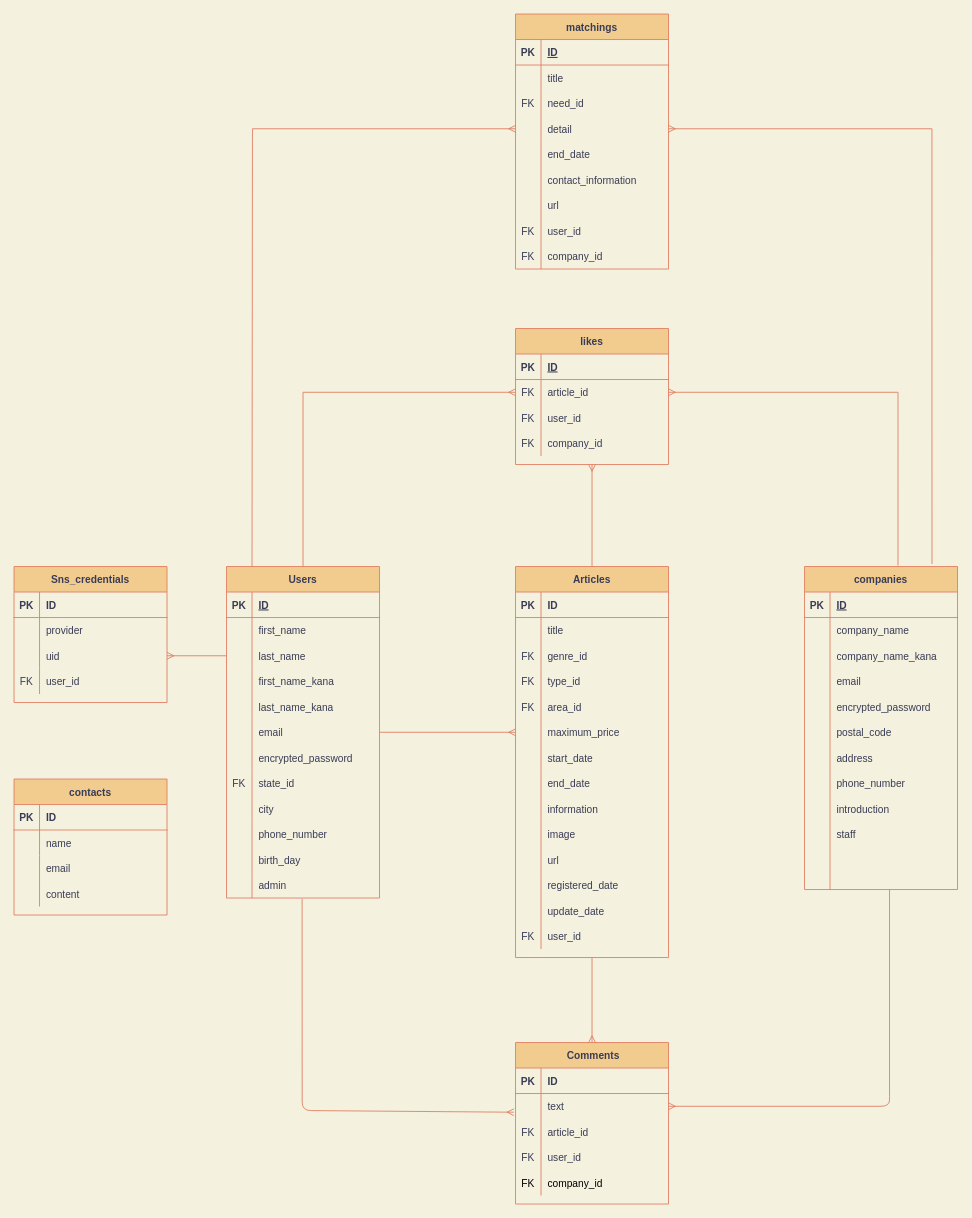
Earlier version of the draw.io diagram assist.dio (daichi1002/assist). Source tidied: cells renumbered, new cells numbered last; positions are measured from the earlier drawing's top-left corner, leaving out a move shared by most shapes. Both pictures are drawn from the tidied source at 85%, with x=0, y=0 at pixel (14, 14).
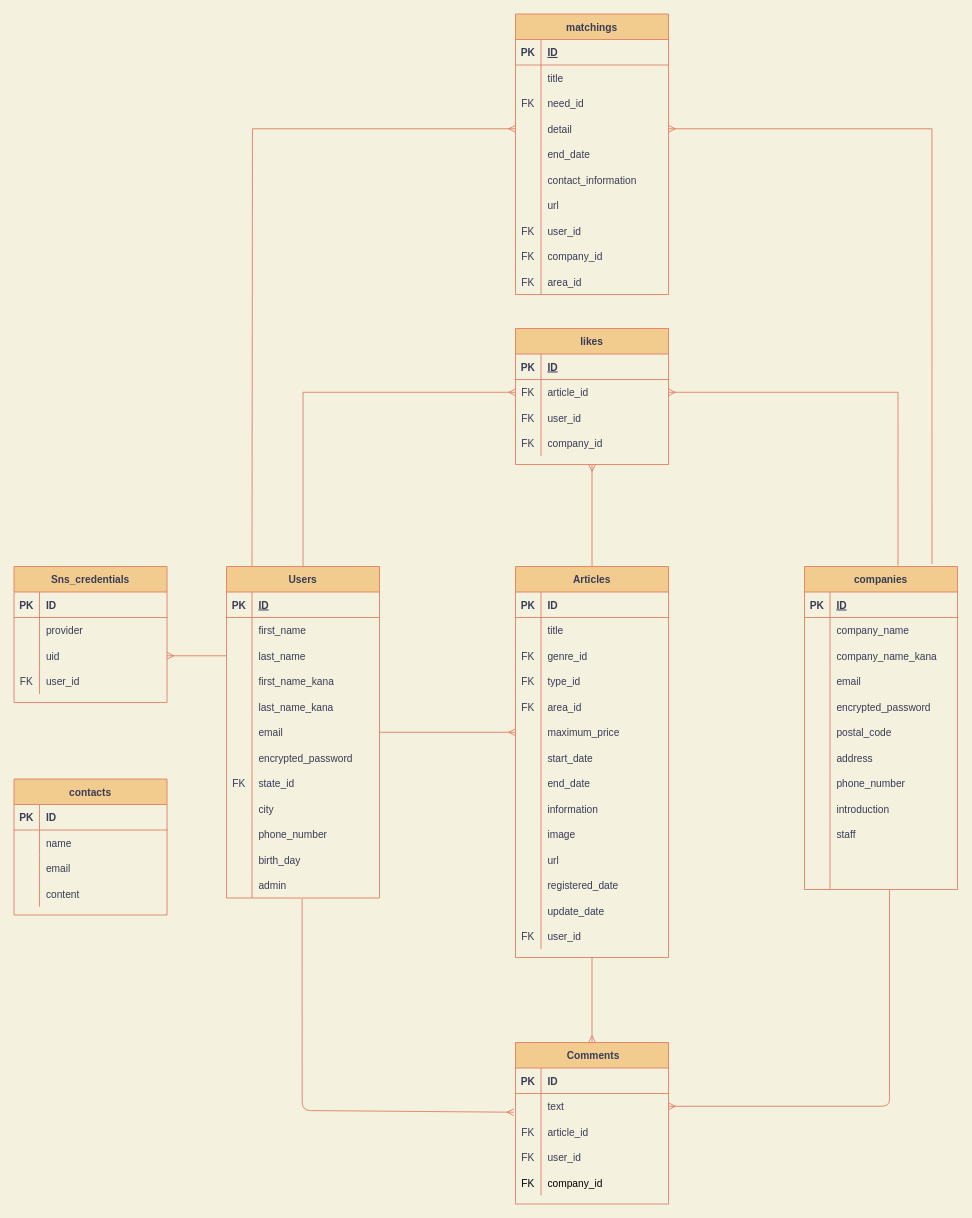
The same diagram, later.

Change to the diagram source:
```diff
@@
     <mxCell id="182" value="matchings" style="shape=table;startSize=30;childLayout=tableLayout;rowLines=0;fontStyle=1;align=center;fillColor=#F2CC8F;strokeColor=#E07A5F;fontColor=#393C56;" parent="1" vertex="1">
-      <mxGeometry x="590" width="180" height="300" as="geometry" />
+      <mxGeometry x="590" width="180" height="330" as="geometry" />
     </mxCell>
@@
+    <mxCell id="212" style="shape=partialRectangle;fillColor=none;top=0;left=0;bottom=0;right=0;strokeColor=#E07A5F;fontColor=#393C56;" parent="182" vertex="1">
+      <mxGeometry y="300" width="180" height="30" as="geometry" />
+    </mxCell>
+    <mxCell id="213" value="FK" style="shape=partialRectangle;fillColor=none;top=0;left=0;bottom=0;right=0;overflow=hidden;strokeColor=#E07A5F;fontColor=#393C56;" parent="212" vertex="1">
+      <mxGeometry width="30" height="30" as="geometry" />
+    </mxCell>
+    <mxCell id="214" value="area_id" style="shape=partialRectangle;fillColor=none;top=0;left=0;bottom=0;right=0;align=left;spacingLeft=6;overflow=hidden;strokeColor=#E07A5F;fontColor=#393C56;" parent="212" vertex="1">
+      <mxGeometry x="30" width="150" height="30" as="geometry" />
+    </mxCell>
```
